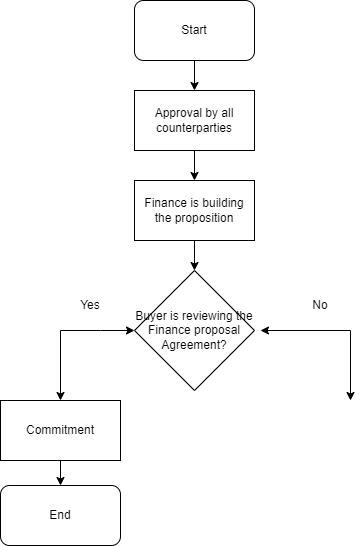
kevinthai-ironhack/KT keeps this draw.io diagram as flowchart_task2.png. Above is the earlier version. Source tidied: cells renumbered, new cells last; positions are measured from the earlier drawing's top-left corner, leaving out a move shared by most shapes.
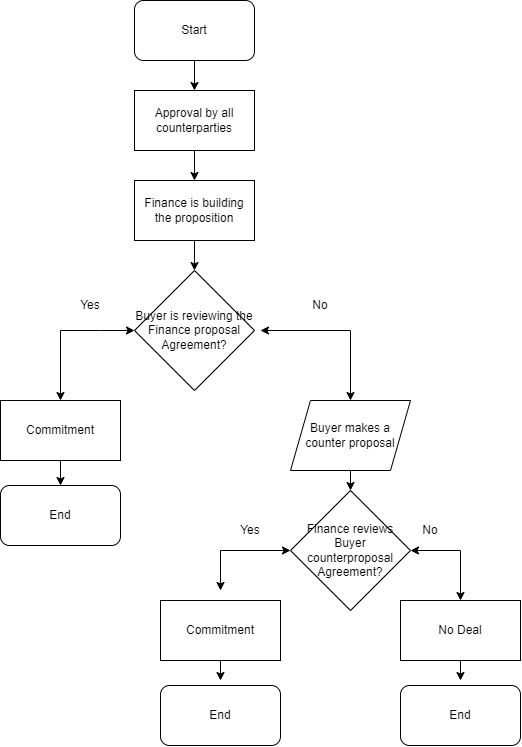
The same diagram one commit later.

Commit message:
Mettre à jour flowchart_task2.png

Diff of the diagram source:
```diff
@@ -56,5 +56,58 @@
     <mxCell id="15" value="End" style="rounded=1;whiteSpace=wrap;html=1;" parent="1" vertex="1">
       <mxGeometry y="485" width="120" height="60" as="geometry" />
     </mxCell>
+    <mxCell id="16" value="Buyer makes a counter proposal" style="shape=parallelogram;perimeter=parallelogramPerimeter;whiteSpace=wrap;html=1;fixedSize=1;" parent="1" vertex="1">
+      <mxGeometry x="290" y="400" width="120" height="70" as="geometry" />
+    </mxCell>
+    <mxCell id="17" value="Finance reviews Buyer counterproposal&lt;br&gt;Agreement?" style="rhombus;whiteSpace=wrap;html=1;" parent="1" vertex="1">
+      <mxGeometry x="290" y="490" width="120" height="120" as="geometry" />
+    </mxCell>
+    <mxCell id="18" style="endArrow=classic;html=1;rounded=0;exitX=0.5;exitY=1;exitDx=0;exitDy=0;entryX=0.5;entryY=0;entryDx=0;entryDy=0;" parent="1" edge="1" source="16" target="17">
+      <mxGeometry relative="1" as="geometry" />
+    </mxCell>
+    <mxCell id="19" style="endArrow=classic;startArrow=classic;html=1;rounded=0;exitX=0;exitY=0.5;exitDx=0;exitDy=0;" parent="1" edge="1" source="17">
+      <mxGeometry relative="1" as="geometry">
+        <mxPoint x="220" y="590" as="targetPoint" />
+        <Array as="points">
+          <mxPoint x="220" y="550" />
+          <mxPoint x="220" y="590" />
+        </Array>
+      </mxGeometry>
+    </mxCell>
+    <mxCell id="20" style="endArrow=classic;startArrow=classic;html=1;rounded=0;exitX=1;exitY=0.5;exitDx=0;exitDy=0;entryX=0.5;entryY=0;entryDx=0;entryDy=0;" parent="1" edge="1" source="17" target="25">
+      <mxGeometry relative="1" as="geometry">
+        <Array as="points">
+          <mxPoint x="460" y="550" />
+        </Array>
+      </mxGeometry>
+    </mxCell>
+    <mxCell id="21" value="Yes" style="text;strokeColor=none;align=center;fillColor=none;html=1;verticalAlign=middle;whiteSpace=wrap;rounded=0;" parent="1" vertex="1">
+      <mxGeometry x="220" y="515" width="60" height="30" as="geometry" />
+    </mxCell>
+    <mxCell id="22" value="No" style="text;strokeColor=none;align=center;fillColor=none;html=1;verticalAlign=middle;whiteSpace=wrap;rounded=0;" parent="1" vertex="1">
+      <mxGeometry x="400" y="515" width="60" height="30" as="geometry" />
+    </mxCell>
+    <mxCell id="23" value="Commitment" style="whiteSpace=wrap;html=1;" parent="1" vertex="1">
+      <mxGeometry x="160" y="600" width="120" height="60" as="geometry" />
+    </mxCell>
+    <mxCell id="24" value="End" style="rounded=1;whiteSpace=wrap;html=1;" parent="1" vertex="1">
+      <mxGeometry x="160" y="685" width="120" height="60" as="geometry" />
+    </mxCell>
+    <mxCell id="25" value="No Deal" style="whiteSpace=wrap;html=1;" parent="1" vertex="1">
+      <mxGeometry x="400" y="600" width="120" height="60" as="geometry" />
+    </mxCell>
+    <mxCell id="26" value="End" style="rounded=1;whiteSpace=wrap;html=1;" parent="1" vertex="1">
+      <mxGeometry x="400" y="685" width="120" height="60" as="geometry" />
+    </mxCell>
+    <mxCell id="27" style="endArrow=classic;html=1;rounded=0;exitX=0.5;exitY=1;exitDx=0;exitDy=0;" parent="1" edge="1" source="23">
+      <mxGeometry relative="1" as="geometry">
+        <mxPoint x="220" y="680" as="targetPoint" />
+      </mxGeometry>
+    </mxCell>
+    <mxCell id="28" style="endArrow=classic;html=1;rounded=0;exitX=0.5;exitY=1;exitDx=0;exitDy=0;" parent="1" edge="1" source="25">
+      <mxGeometry relative="1" as="geometry">
+        <mxPoint x="460" y="680" as="targetPoint" />
+      </mxGeometry>
+    </mxCell>
   </root>
 </mxGraphModel>
```
